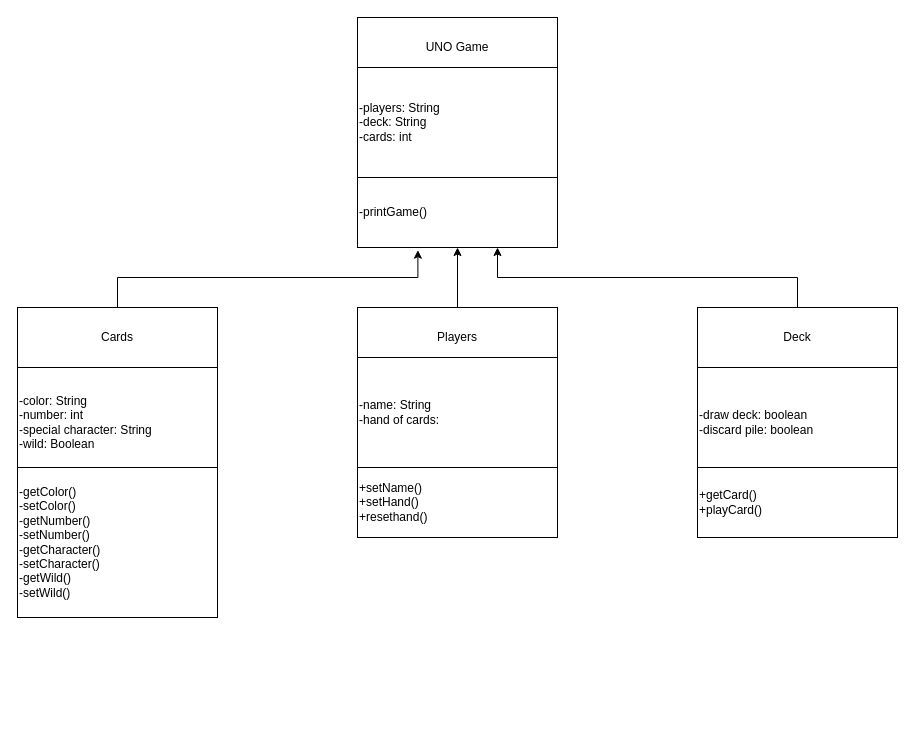
Earlier version of the draw.io diagram unoUML.drawio (yafelipe/ComputerProgramming1). Source tidied: cells renumbered, new cells numbered last; positions are measured from the earlier drawing's top-left corner, leaving out a move shared by most shapes. Both pictures are drawn from the tidied source at 100%, with x=0, y=0 at pixel (17, 17).
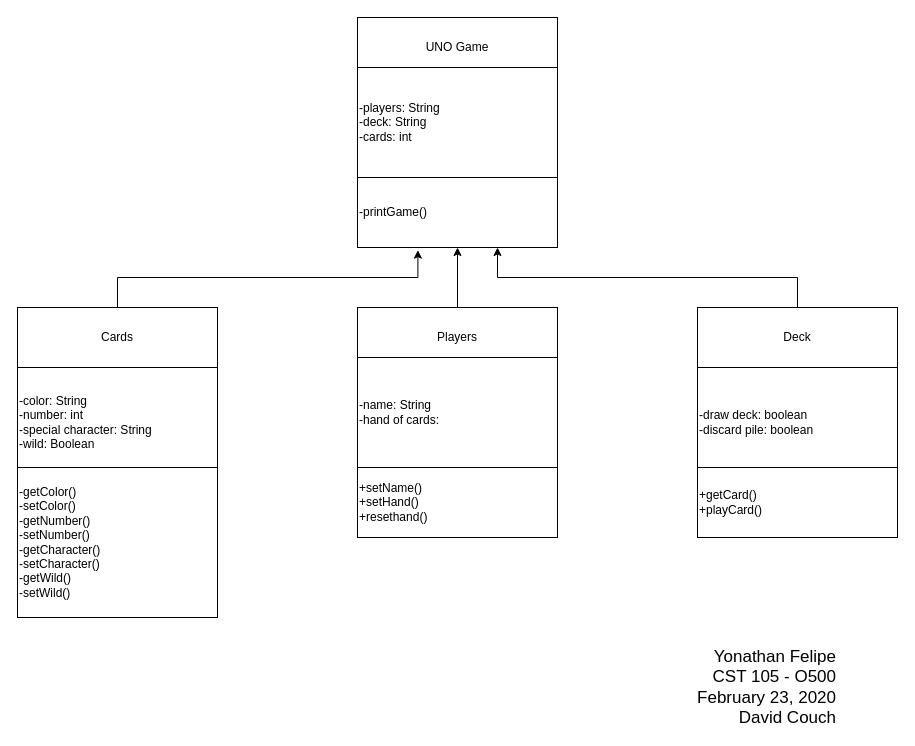
Above is the later version.

Change to the diagram source:
```diff
@@
 <mxGraphModel background="#ffffff">
   <root>
     <mxCell id="0" />
     <mxCell id="1" parent="0" />
     <mxCell id="2" value="UNO Game" style="rounded=0;whiteSpace=wrap;html=1;" parent="1" vertex="1">
       <mxGeometry x="340" width="200" height="60" as="geometry" />
     </mxCell>
     <mxCell id="3" value="-players: String&lt;br&gt;-deck: String&lt;br&gt;-cards: int" style="rounded=0;whiteSpace=wrap;html=1;align=left;" parent="1" vertex="1">
       <mxGeometry x="340" y="50" width="200" height="110" as="geometry" />
     </mxCell>
     <mxCell id="4" value="-printGame()" style="rounded=0;whiteSpace=wrap;html=1;align=left;" parent="1" vertex="1">
       <mxGeometry x="340" y="160" width="200" height="70" as="geometry" />
     </mxCell>
     <mxCell id="5" style="edgeStyle=orthogonalEdgeStyle;rounded=0;jettySize=auto;html=1;exitX=0.5;exitY=0;exitDx=0;exitDy=0;entryX=0.302;entryY=1.038;entryDx=0;entryDy=0;entryPerimeter=0;" parent="1" edge="1" source="6" target="4">
       <mxGeometry relative="1" as="geometry" />
     </mxCell>
     <mxCell id="6" value="Cards" style="rounded=0;whiteSpace=wrap;html=1;" parent="1" vertex="1">
       <mxGeometry y="290" width="200" height="60" as="geometry" />
     </mxCell>
     <mxCell id="7" value="-color: String&lt;br&gt;-number: int&lt;br&gt;-special character: String&lt;br&gt;-wild: Boolean" style="rounded=0;whiteSpace=wrap;html=1;align=left;" parent="1" vertex="1">
       <mxGeometry y="350" width="200" height="110" as="geometry" />
     </mxCell>
     <mxCell id="8" value="-getColor()&lt;br&gt;-setColor()&lt;br&gt;-getNumber()&lt;br&gt;-setNumber()&lt;br&gt;-getCharacter()&lt;br&gt;-setCharacter()&lt;br&gt;-getWild()&lt;br&gt;-setWild()" style="rounded=0;whiteSpace=wrap;html=1;align=left;" parent="1" vertex="1">
       <mxGeometry y="450" width="200" height="150" as="geometry" />
     </mxCell>
     <mxCell id="9" style="edgeStyle=orthogonalEdgeStyle;rounded=0;jettySize=auto;html=1;exitX=0.5;exitY=0;exitDx=0;exitDy=0;entryX=0.5;entryY=1;entryDx=0;entryDy=0;" parent="1" edge="1" source="10" target="4">
       <mxGeometry relative="1" as="geometry" />
     </mxCell>
     <mxCell id="10" value="Players" style="rounded=0;whiteSpace=wrap;html=1;" parent="1" vertex="1">
       <mxGeometry x="340" y="290" width="200" height="60" as="geometry" />
     </mxCell>
     <mxCell id="11" value="-name: String&lt;br&gt;-hand of cards:&amp;nbsp;" style="rounded=0;whiteSpace=wrap;html=1;align=left;" parent="1" vertex="1">
       <mxGeometry x="340" y="340" width="200" height="110" as="geometry" />
     </mxCell>
     <mxCell id="12" value="+setName()&lt;br&gt;+setHand()&lt;br&gt;+resethand()&lt;br&gt;" style="rounded=0;whiteSpace=wrap;html=1;align=left;" parent="1" vertex="1">
       <mxGeometry x="340" y="450" width="200" height="70" as="geometry" />
     </mxCell>
     <mxCell id="13" style="edgeStyle=orthogonalEdgeStyle;rounded=0;jettySize=auto;html=1;exitX=0.5;exitY=0;exitDx=0;exitDy=0;entryX=0.7;entryY=1;entryDx=0;entryDy=0;entryPerimeter=0;" parent="1" edge="1" source="14" target="4">
       <mxGeometry relative="1" as="geometry" />
     </mxCell>
     <mxCell id="14" value="Deck" style="rounded=0;whiteSpace=wrap;html=1;" parent="1" vertex="1">
       <mxGeometry x="680" y="290" width="200" height="60" as="geometry" />
     </mxCell>
     <mxCell id="15" value="-draw deck: boolean&lt;br&gt;-discard pile: boolean" style="rounded=0;whiteSpace=wrap;html=1;align=left;" parent="1" vertex="1">
       <mxGeometry x="680" y="350" width="200" height="110" as="geometry" />
     </mxCell>
     <mxCell id="16" value="+getCard()&lt;br&gt;+playCard()" style="rounded=0;whiteSpace=wrap;html=1;align=left;" parent="1" vertex="1">
       <mxGeometry x="680" y="450" width="200" height="70" as="geometry" />
     </mxCell>
+    <mxCell id="17" value="&lt;font style=&quot;font-size: 17px&quot;&gt;&lt;font style=&quot;font-size: 17px&quot;&gt;Yonathan Felipe&lt;br&gt;&lt;/font&gt;CST 105 - O500&lt;br&gt;February 23, 2020&lt;br&gt;David Couch&lt;/font&gt;" style="text;html=1;align=right;verticalAlign=middle;fillColor=none;strokeColor=none;rounded=0;strokeWidth=4;" parent="1" vertex="1">
+      <mxGeometry x="670" y="635" width="150" height="70" as="geometry" />
+    </mxCell>
   </root>
 </mxGraphModel>
```
